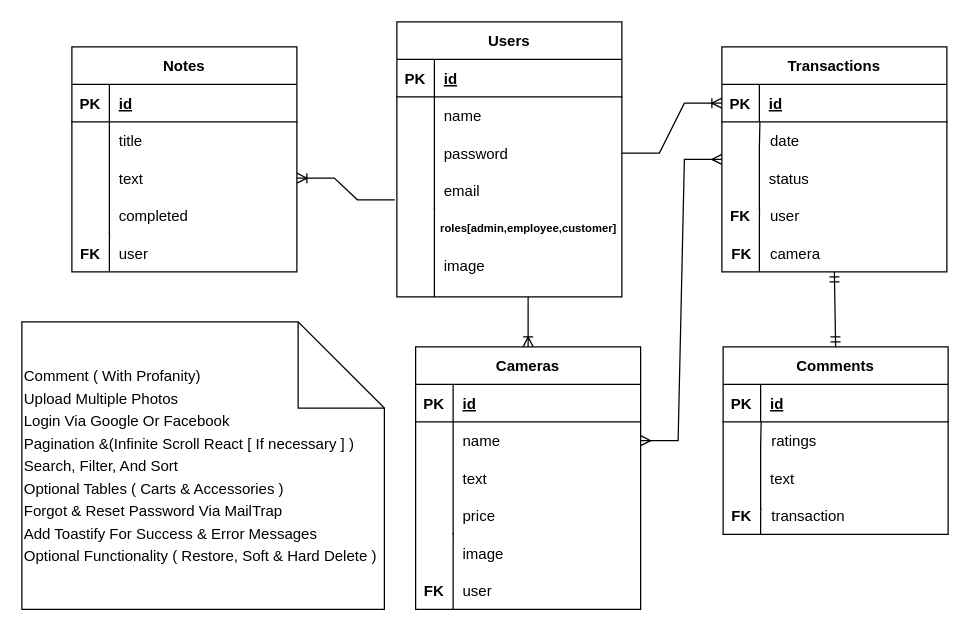
Above: backend/erd/Camera-Rental-ERD-V1.drawio in GabTheGreat25/3rd-Yr-2ndSem-FinalProject-MERN (draw.io), before the change. Source tidied: cells renumbered, new cells numbered last; positions are measured from the earlier drawing's top-left corner, leaving out a move shared by most shapes. Both pictures are drawn from the tidied source at 125%, with x=0, y=0 at pixel (21, 21).
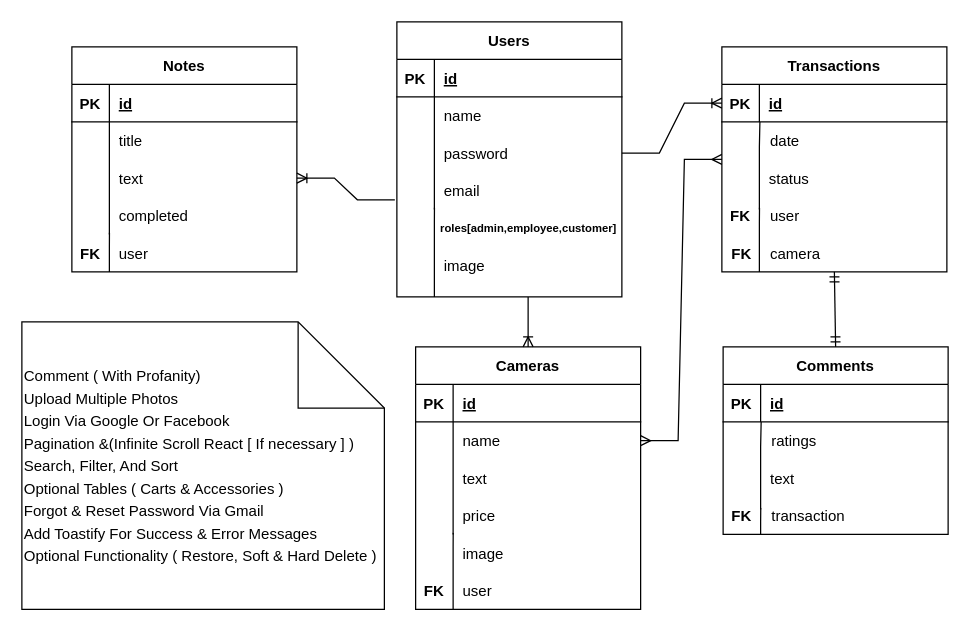
The same diagram, later.

Change to the diagram source:
```diff
@@
-    <mxCell id="78" value="&lt;div style=&quot;text-align: justify; line-height: 150%;&quot;&gt;&lt;span style=&quot;background-color: initial;&quot;&gt;&lt;font style=&quot;font-size: 12px;&quot;&gt;Comment ( With Profanity)&lt;/font&gt;&lt;/span&gt;&lt;/div&gt;&lt;div style=&quot;text-align: justify; line-height: 150%;&quot;&gt;&lt;span style=&quot;background-color: initial;&quot;&gt;&lt;font style=&quot;font-size: 12px;&quot;&gt;Upload Multiple Photos&lt;/font&gt;&lt;/span&gt;&lt;/div&gt;&lt;font style=&quot;font-size: 12px;&quot;&gt;&lt;span style=&quot;background-color: initial;&quot;&gt;&lt;div style=&quot;text-align: justify; line-height: 150%;&quot;&gt;&lt;span style=&quot;background-color: initial;&quot;&gt;Login Via Google Or Facebook&lt;/span&gt;&lt;/div&gt;&lt;/span&gt;&lt;span style=&quot;background-color: initial;&quot;&gt;&lt;div style=&quot;text-align: justify; line-height: 150%;&quot;&gt;&lt;span style=&quot;background-color: initial;&quot;&gt;Pagination &amp;amp;(Infinite Scroll React [ If necessary ] )&lt;/span&gt;&lt;/div&gt;&lt;/span&gt;&lt;span style=&quot;background-color: initial;&quot;&gt;&lt;div style=&quot;text-align: justify; line-height: 150%;&quot;&gt;&lt;span style=&quot;background-color: initial;&quot;&gt;Search, Filter, And Sort&lt;/span&gt;&lt;/div&gt;&lt;/span&gt;&lt;span style=&quot;background-color: initial;&quot;&gt;&lt;div style=&quot;text-align: justify; line-height: 150%;&quot;&gt;&lt;span style=&quot;background-color: initial;&quot;&gt;Optional Tables ( Carts &amp;amp; Accessories )&lt;/span&gt;&lt;/div&gt;&lt;/span&gt;&lt;span style=&quot;background-color: initial;&quot;&gt;&lt;div style=&quot;text-align: justify; line-height: 150%;&quot;&gt;&lt;span style=&quot;background-color: initial;&quot;&gt;Forgot &amp;amp; Reset Password Via MailTrap&lt;/span&gt;&lt;/div&gt;&lt;/span&gt;&lt;span style=&quot;background-color: initial;&quot;&gt;&lt;div style=&quot;text-align: justify; line-height: 150%;&quot;&gt;&lt;span style=&quot;background-color: initial;&quot;&gt;Add Toastify For Success &amp;amp; Error Messages&lt;/span&gt;&lt;/div&gt;&lt;/span&gt;&lt;span style=&quot;background-color: initial;&quot;&gt;&lt;div style=&quot;text-align: justify; line-height: 150%;&quot;&gt;&lt;span style=&quot;background-color: initial;&quot;&gt;Optional Functionality ( Restore, Soft &amp;amp; Hard Delete )&lt;/span&gt;&lt;/div&gt;&lt;/span&gt;&lt;/font&gt;" style="shape=note;size=69;whiteSpace=wrap;html=1;align=left;" parent="1" vertex="1">
+    <mxCell id="78" value="&lt;div style=&quot;text-align: justify; line-height: 150%;&quot;&gt;&lt;span style=&quot;background-color: initial;&quot;&gt;&lt;font style=&quot;font-size: 12px;&quot;&gt;Comment ( With Profanity)&lt;/font&gt;&lt;/span&gt;&lt;/div&gt;&lt;div style=&quot;text-align: justify; line-height: 150%;&quot;&gt;&lt;span style=&quot;background-color: initial;&quot;&gt;&lt;font style=&quot;font-size: 12px;&quot;&gt;Upload Multiple Photos&lt;/font&gt;&lt;/span&gt;&lt;/div&gt;&lt;font style=&quot;font-size: 12px;&quot;&gt;&lt;span style=&quot;background-color: initial;&quot;&gt;&lt;div style=&quot;text-align: justify; line-height: 150%;&quot;&gt;&lt;span style=&quot;background-color: initial;&quot;&gt;Login Via Google Or Facebook&lt;/span&gt;&lt;/div&gt;&lt;/span&gt;&lt;span style=&quot;background-color: initial;&quot;&gt;&lt;div style=&quot;text-align: justify; line-height: 150%;&quot;&gt;&lt;span style=&quot;background-color: initial;&quot;&gt;Pagination &amp;amp;(Infinite Scroll React [ If necessary ] )&lt;/span&gt;&lt;/div&gt;&lt;/span&gt;&lt;span style=&quot;background-color: initial;&quot;&gt;&lt;div style=&quot;text-align: justify; line-height: 150%;&quot;&gt;&lt;span style=&quot;background-color: initial;&quot;&gt;Search, Filter, And Sort&lt;/span&gt;&lt;/div&gt;&lt;/span&gt;&lt;span style=&quot;background-color: initial;&quot;&gt;&lt;div style=&quot;text-align: justify; line-height: 150%;&quot;&gt;&lt;span style=&quot;background-color: initial;&quot;&gt;Optional Tables ( Carts &amp;amp; Accessories )&lt;/span&gt;&lt;/div&gt;&lt;/span&gt;&lt;span style=&quot;background-color: initial;&quot;&gt;&lt;div style=&quot;text-align: justify; line-height: 150%;&quot;&gt;&lt;span style=&quot;background-color: initial;&quot;&gt;Forgot &amp;amp; Reset Password Via Gmail&lt;/span&gt;&lt;/div&gt;&lt;/span&gt;&lt;span style=&quot;background-color: initial;&quot;&gt;&lt;div style=&quot;text-align: justify; line-height: 150%;&quot;&gt;&lt;span style=&quot;background-color: initial;&quot;&gt;Add Toastify For Success &amp;amp; Error Messages&lt;/span&gt;&lt;/div&gt;&lt;/span&gt;&lt;span style=&quot;background-color: initial;&quot;&gt;&lt;div style=&quot;text-align: justify; line-height: 150%;&quot;&gt;&lt;span style=&quot;background-color: initial;&quot;&gt;Optional Functionality ( Restore, Soft &amp;amp; Hard Delete )&lt;/span&gt;&lt;/div&gt;&lt;/span&gt;&lt;/font&gt;" style="shape=note;size=69;whiteSpace=wrap;html=1;align=left;" parent="1" vertex="1">
       <mxGeometry y="240" width="290" height="230" as="geometry" />
     </mxCell>
```
